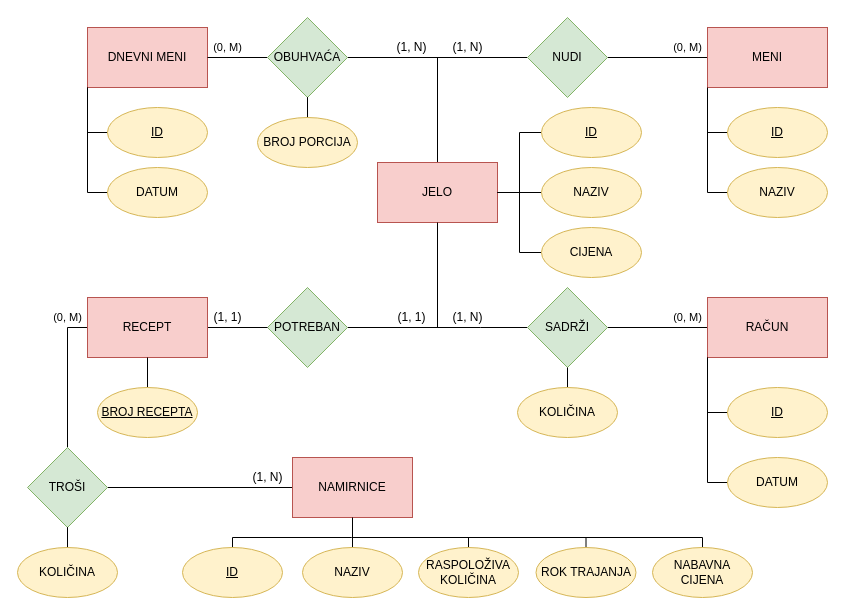
Earlier version of the draw.io diagram restoran.drawio (42-6f-17e-6f-20-44-75-72-64-6f-76/bazePodataka). Source tidied: cells renumbered, new cells numbered last; positions are measured from the earlier drawing's top-left corner, leaving out a move shared by most shapes. Both pictures are drawn from the tidied source at 100%, with x=0, y=0 at pixel (17, 17).
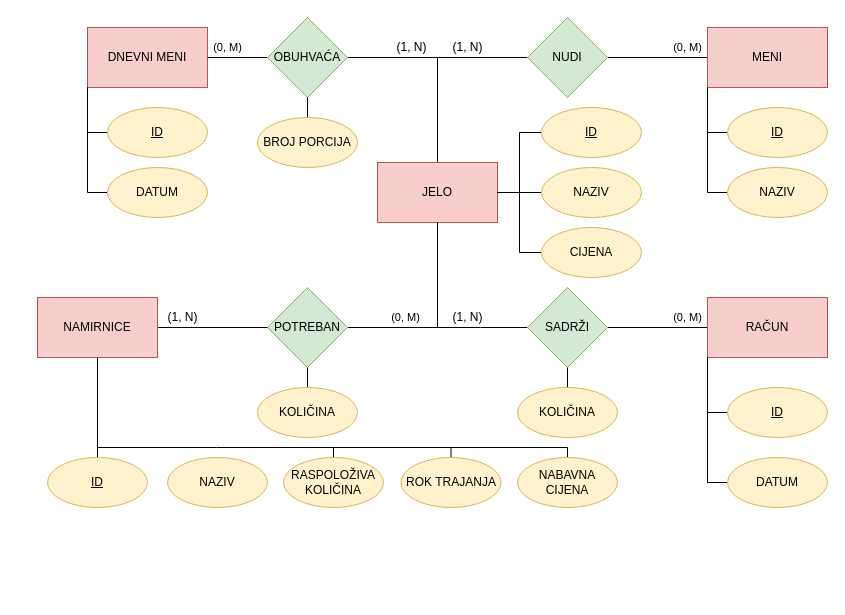
Above is the later version.

Unchanged cells that the change refers to:
```xml
<mxCell id="15" value="POTREBAN" style="rhombus;whiteSpace=wrap;html=1;fillColor=#d5e8d4;strokeColor=#82b366;" parent="1" vertex="1">
  <mxGeometry x="250" y="270" width="80" height="80" as="geometry" />
</mxCell>
```

The edit, as a diff of the source:
```diff
@@
-    <mxCell id="17" style="edgeStyle=orthogonalEdgeStyle;rounded=0;jettySize=auto;html=1;entryX=0;entryY=0.5;entryDx=0;entryDy=0;endArrow=none;endFill=0;exitX=1;exitY=0.5;exitDx=0;exitDy=0;" parent="1" edge="1" source="28" target="15">
-      <mxGeometry relative="1" as="geometry" />
-    </mxCell>
-    <mxCell id="18" style="edgeStyle=orthogonalEdgeStyle;rounded=0;jettySize=auto;html=1;entryX=0;entryY=0.5;entryDx=0;entryDy=0;endArrow=none;endFill=0;exitX=0.5;exitY=0;exitDx=0;exitDy=0;" parent="1" edge="1" source="20" target="28">
-      <mxGeometry relative="1" as="geometry" />
-    </mxCell>
-    <mxCell id="19" style="edgeStyle=orthogonalEdgeStyle;rounded=0;jettySize=auto;html=1;entryX=0;entryY=0.5;entryDx=0;entryDy=0;endArrow=none;endFill=0;" parent="1" edge="1" source="20" target="21">
-      <mxGeometry relative="1" as="geometry" />
-    </mxCell>
-    <mxCell id="20" value="TROŠI" style="rhombus;whiteSpace=wrap;html=1;fillColor=#d5e8d4;strokeColor=#82b366;" parent="1" vertex="1">
-      <mxGeometry x="10" y="430" width="80" height="80" as="geometry" />
-    </mxCell>
+    <mxCell id="69" style="edgeStyle=orthogonalEdgeStyle;rounded=0;jettySize=auto;html=1;endArrow=none;endFill=0;strokeColor=#000000;" parent="1" edge="1" source="21" target="66">
+      <mxGeometry relative="1" as="geometry" />
+    </mxCell>
+    <mxCell id="70" style="edgeStyle=orthogonalEdgeStyle;rounded=0;jettySize=auto;html=1;entryX=0;entryY=0.5;entryDx=0;entryDy=0;endArrow=none;endFill=0;strokeColor=#000000;" parent="1" edge="1" source="21" target="15">
+      <mxGeometry relative="1" as="geometry" />
+    </mxCell>
     <mxCell id="21" value="NAMIRNICE" style="rounded=0;whiteSpace=wrap;html=1;fillColor=#f8cecc;strokeColor=#b85450;" parent="1" vertex="1">
-      <mxGeometry x="275" y="440" width="120" height="60" as="geometry" />
+      <mxGeometry x="20" y="280" width="120" height="60" as="geometry" />
     </mxCell>
@@
-    <mxCell id="25" value="(1, 1)" style="text;html=1;align=center;verticalAlign=middle;" parent="1" vertex="1">
-      <mxGeometry x="374" y="290" width="40" height="20" as="geometry" />
-    </mxCell>
-    <mxCell id="26" value="(1, 1)" style="text;html=1;align=center;verticalAlign=middle;" parent="1" vertex="1">
-      <mxGeometry x="190" y="290" width="40" height="20" as="geometry" />
-    </mxCell>
     <mxCell id="27" value="(1, N)" style="text;html=1;align=center;verticalAlign=middle;" parent="1" vertex="1">
-      <mxGeometry x="225" y="450" width="50" height="20" as="geometry" />
+      <mxGeometry x="140" y="290" width="50" height="20" as="geometry" />
     </mxCell>
-    <mxCell id="28" value="RECEPT" style="rounded=0;whiteSpace=wrap;html=1;fillColor=#f8cecc;strokeColor=#b85450;" parent="1" vertex="1">
-      <mxGeometry x="70" y="280" width="120" height="60" as="geometry" />
-    </mxCell>
     <mxCell id="29" value="&lt;span style=&quot;font-size: 11px ; background-color: rgb(255 , 255 , 255)&quot;&gt;(0, M)&lt;/span&gt;" style="text;html=1;align=center;verticalAlign=middle;" parent="1" vertex="1">
-      <mxGeometry x="30" y="290" width="40" height="20" as="geometry" />
+      <mxGeometry x="368" y="290" width="40" height="20" as="geometry" />
     </mxCell>
@@
-    <mxCell id="33" style="edgeStyle=orthogonalEdgeStyle;rounded=0;jettySize=auto;html=1;endArrow=none;endFill=0;" parent="1" edge="1" source="34" target="20">
-      <mxGeometry relative="1" as="geometry" />
-    </mxCell>
+    <mxCell id="71" style="edgeStyle=orthogonalEdgeStyle;rounded=0;jettySize=auto;html=1;endArrow=none;endFill=0;strokeColor=#000000;" parent="1" edge="1" source="34" target="15">
+      <mxGeometry relative="1" as="geometry">
+        <Array as="points">
+          <mxPoint x="284" y="390" />
+          <mxPoint x="284" y="390" />
+        </Array>
+      </mxGeometry>
+    </mxCell>
     <mxCell id="34" value="&lt;span&gt;KOLIČINA&lt;/span&gt;" style="ellipse;whiteSpace=wrap;html=1;glass=0;fillColor=#fff2cc;strokeColor=#d6b656;" parent="1" vertex="1">
-      <mxGeometry y="530" width="100" height="50" as="geometry" />
+      <mxGeometry x="240" y="370" width="100" height="50" as="geometry" />
     </mxCell>
-    <mxCell id="35" style="edgeStyle=orthogonalEdgeStyle;rounded=0;jettySize=auto;html=1;entryX=0.5;entryY=1;entryDx=0;entryDy=0;endArrow=none;endFill=0;" parent="1" edge="1" source="36" target="28">
-      <mxGeometry relative="1" as="geometry" />
-    </mxCell>
-    <mxCell id="36" value="BROJ RECEPTA" style="ellipse;whiteSpace=wrap;html=1;glass=0;fillColor=#fff2cc;strokeColor=#d6b656;fontStyle=4;" parent="1" vertex="1">
-      <mxGeometry x="80" y="370" width="100" height="50" as="geometry" />
-    </mxCell>
     <mxCell id="37" style="edgeStyle=orthogonalEdgeStyle;rounded=0;jettySize=auto;html=1;endArrow=none;endFill=0;" parent="1" edge="1" source="38">
       <mxGeometry relative="1" as="geometry">
-        <mxPoint x="444" y="520" as="targetPoint" />
+        <mxPoint x="309" y="430" as="targetPoint" />
         <Array as="points">
-          <mxPoint x="685" y="520" />
+          <mxPoint x="550" y="430" />
         </Array>
       </mxGeometry>
     </mxCell>
     <mxCell id="38" value="&lt;span&gt;NABAVNA CIJENA&lt;/span&gt;" style="ellipse;whiteSpace=wrap;html=1;glass=0;fillColor=#fff2cc;strokeColor=#d6b656;" parent="1" vertex="1">
-      <mxGeometry x="635" y="530" width="100" height="50" as="geometry" />
+      <mxGeometry x="500" y="440" width="100" height="50" as="geometry" />
     </mxCell>
     <mxCell id="39" style="edgeStyle=orthogonalEdgeStyle;rounded=0;jettySize=auto;html=1;endArrow=none;endFill=0;" parent="1" edge="1" source="40">
       <mxGeometry relative="1" as="geometry">
-        <mxPoint x="454" y="520" as="targetPoint" />
+        <mxPoint x="319" y="430" as="targetPoint" />
         <Array as="points">
-          <mxPoint x="569" y="520" />
+          <mxPoint x="434" y="430" />
         </Array>
       </mxGeometry>
     </mxCell>
     <mxCell id="40" value="&lt;span&gt;ROK TRAJANJA&lt;/span&gt;" style="ellipse;whiteSpace=wrap;html=1;glass=0;fillColor=#fff2cc;strokeColor=#d6b656;" parent="1" vertex="1">
-      <mxGeometry x="518.5" y="530" width="100" height="50" as="geometry" />
+      <mxGeometry x="383.5" y="440" width="100" height="50" as="geometry" />
     </mxCell>
-    <mxCell id="41" style="edgeStyle=orthogonalEdgeStyle;rounded=0;jettySize=auto;html=1;entryX=0.5;entryY=1;entryDx=0;entryDy=0;endArrow=none;endFill=0;" parent="1" edge="1" source="42" target="21">
-      <mxGeometry relative="1" as="geometry" />
-    </mxCell>
     <mxCell id="42" value="&lt;span&gt;NAZIV&lt;/span&gt;" style="ellipse;whiteSpace=wrap;html=1;glass=0;fontStyle=0;fillColor=#fff2cc;strokeColor=#d6b656;" parent="1" vertex="1">
-      <mxGeometry x="285" y="530" width="100" height="50" as="geometry" />
+      <mxGeometry x="150" y="440" width="100" height="50" as="geometry" />
     </mxCell>
     <mxCell id="43" style="edgeStyle=orthogonalEdgeStyle;rounded=0;jettySize=auto;html=1;endArrow=none;endFill=0;" parent="1" edge="1" source="44">
       <mxGeometry relative="1" as="geometry">
-        <mxPoint x="334" y="520" as="targetPoint" />
+        <mxPoint x="199" y="430" as="targetPoint" />
         <Array as="points">
-          <mxPoint x="451" y="520" />
+          <mxPoint x="316" y="430" />
         </Array>
       </mxGeometry>
     </mxCell>
     <mxCell id="44" value="&lt;span&gt;RASPOLOŽIVA KOLIČINA&lt;/span&gt;" style="ellipse;whiteSpace=wrap;html=1;glass=0;fillColor=#fff2cc;strokeColor=#d6b656;" parent="1" vertex="1">
-      <mxGeometry x="401" y="530" width="100" height="50" as="geometry" />
+      <mxGeometry x="266" y="440" width="100" height="50" as="geometry" />
     </mxCell>
@@
     <mxCell id="65" style="edgeStyle=orthogonalEdgeStyle;rounded=0;jettySize=auto;html=1;endArrow=none;endFill=0;" parent="1" edge="1" source="66">
       <mxGeometry relative="1" as="geometry">
-        <mxPoint x="334" y="520" as="targetPoint" />
+        <mxPoint x="199" y="430" as="targetPoint" />
         <Array as="points">
-          <mxPoint x="215" y="520" />
+          <mxPoint x="80" y="430" />
         </Array>
       </mxGeometry>
     </mxCell>
     <mxCell id="66" value="&lt;span&gt;ID&lt;/span&gt;" style="ellipse;whiteSpace=wrap;html=1;glass=0;fontStyle=4;fillColor=#fff2cc;strokeColor=#d6b656;" parent="1" vertex="1">
-      <mxGeometry x="165" y="530" width="100" height="50" as="geometry" />
+      <mxGeometry x="30" y="440" width="100" height="50" as="geometry" />
     </mxCell>
```
